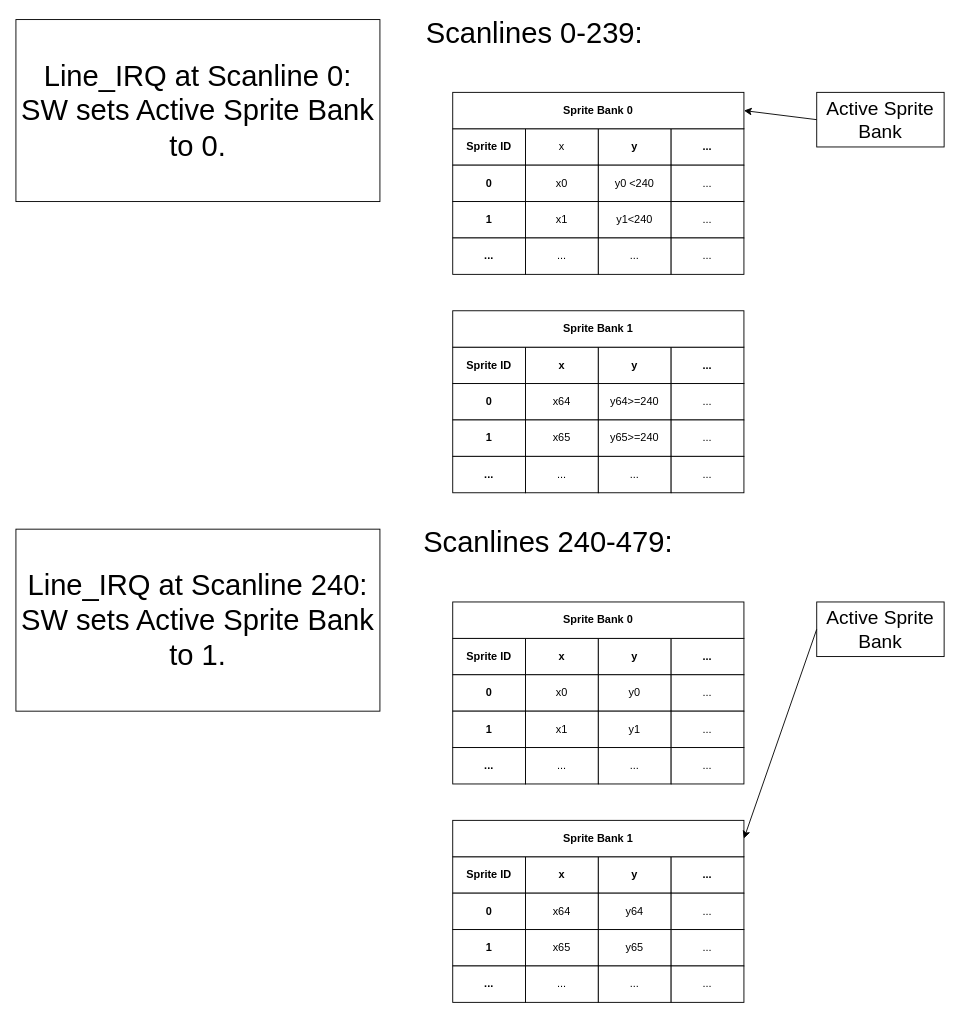
The draw.io diagram assets/sprite_banking_muxing.drawio in epsilon537/boxlambda, before the edit. Source tidied: cells renumbered, new cells numbered last; positions are measured from the earlier drawing's top-left corner, leaving out a move shared by most shapes. Both pictures are drawn from the tidied source at 91%, with x=0, y=0 at pixel (15, 19).
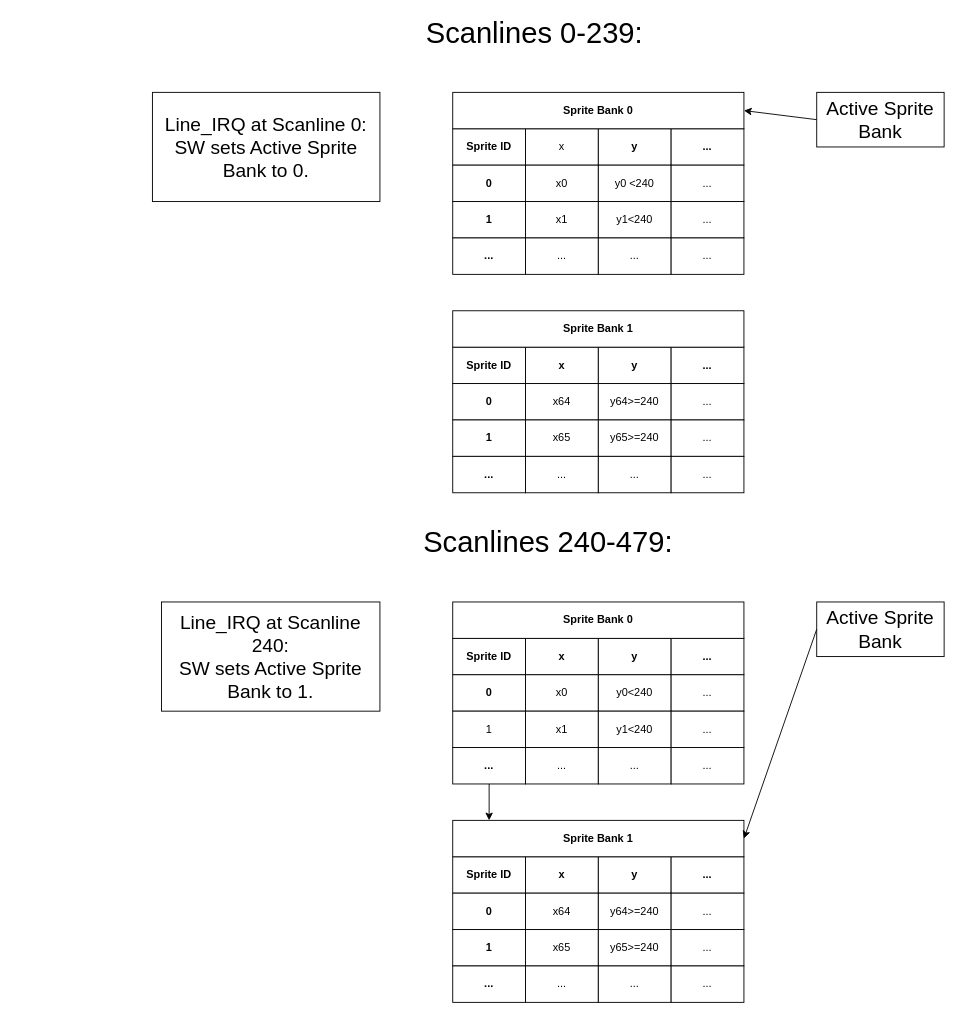
The same diagram, later.

The edit, as a diff of the source:
```diff
@@
-    <mxCell id="8" value="y0" style="rounded=0;whiteSpace=wrap;html=1;" parent="1" vertex="1">
+    <mxCell id="8" value="y0&amp;lt;240" style="rounded=0;whiteSpace=wrap;html=1;" parent="1" vertex="1">
       <mxGeometry x="640" y="720" width="80" height="40" as="geometry" />
     </mxCell>
@@
+    <mxCell id="78" style="edgeStyle=orthogonalEdgeStyle;rounded=0;jettySize=auto;html=1;fontSize=21;" parent="1" edge="1" source="10">
+      <mxGeometry relative="1" as="geometry">
+        <mxPoint x="520" y="880" as="targetPoint" />
+      </mxGeometry>
+    </mxCell>
-    <mxCell id="10" value="1" style="rounded=0;whiteSpace=wrap;html=1;fontStyle=1;" parent="1" vertex="1">
+    <mxCell id="10" value="1" style="rounded=0;whiteSpace=wrap;html=1;fontStyle=0;" parent="1" vertex="1">
       <mxGeometry x="480" y="760" width="80" height="40" as="geometry" />
     </mxCell>
@@
-    <mxCell id="12" value="y1" style="rounded=0;whiteSpace=wrap;html=1;" parent="1" vertex="1">
+    <mxCell id="12" value="y1&amp;lt;240" style="rounded=0;whiteSpace=wrap;html=1;" parent="1" vertex="1">
       <mxGeometry x="640" y="760" width="80" height="40" as="geometry" />
     </mxCell>
@@
-    <mxCell id="24" value="y64" style="rounded=0;whiteSpace=wrap;html=1;" parent="1" vertex="1">
+    <mxCell id="24" value="y64&amp;gt;=240" style="rounded=0;whiteSpace=wrap;html=1;" parent="1" vertex="1">
       <mxGeometry x="640" y="960" width="80" height="40" as="geometry" />
     </mxCell>
@@
-    <mxCell id="28" value="y65" style="rounded=0;whiteSpace=wrap;html=1;" parent="1" vertex="1">
+    <mxCell id="28" value="y65&amp;gt;=240" style="rounded=0;whiteSpace=wrap;html=1;" parent="1" vertex="1">
       <mxGeometry x="640" y="1000" width="80" height="40" as="geometry" />
     </mxCell>
@@
-    <mxCell id="76" value="Line_IRQ at Scanline 0:&lt;br&gt;SW sets Active Sprite Bank to 0." style="rounded=0;whiteSpace=wrap;html=1;fontSize=32;" parent="1" vertex="1">
-      <mxGeometry width="400" height="200" as="geometry" />
+    <mxCell id="76" value="Line_IRQ at Scanline 0:&lt;br style=&quot;font-size: 21px;&quot;&gt;SW sets Active Sprite Bank to 0." style="rounded=0;whiteSpace=wrap;html=1;fontSize=21;" parent="1" vertex="1">
+      <mxGeometry x="150" y="80" width="250" height="120" as="geometry" />
     </mxCell>
-    <mxCell id="77" value="Line_IRQ at Scanline 240:&lt;br&gt;SW sets Active Sprite Bank to 1." style="rounded=0;whiteSpace=wrap;html=1;fontSize=32;" parent="1" vertex="1">
-      <mxGeometry y="560" width="400" height="200" as="geometry" />
+    <mxCell id="77" value="Line_IRQ at Scanline 240:&lt;br style=&quot;font-size: 21px;&quot;&gt;SW sets Active Sprite Bank to 1." style="rounded=0;whiteSpace=wrap;html=1;fontSize=21;" parent="1" vertex="1">
+      <mxGeometry x="160" y="640" width="240" height="120" as="geometry" />
     </mxCell>
```
